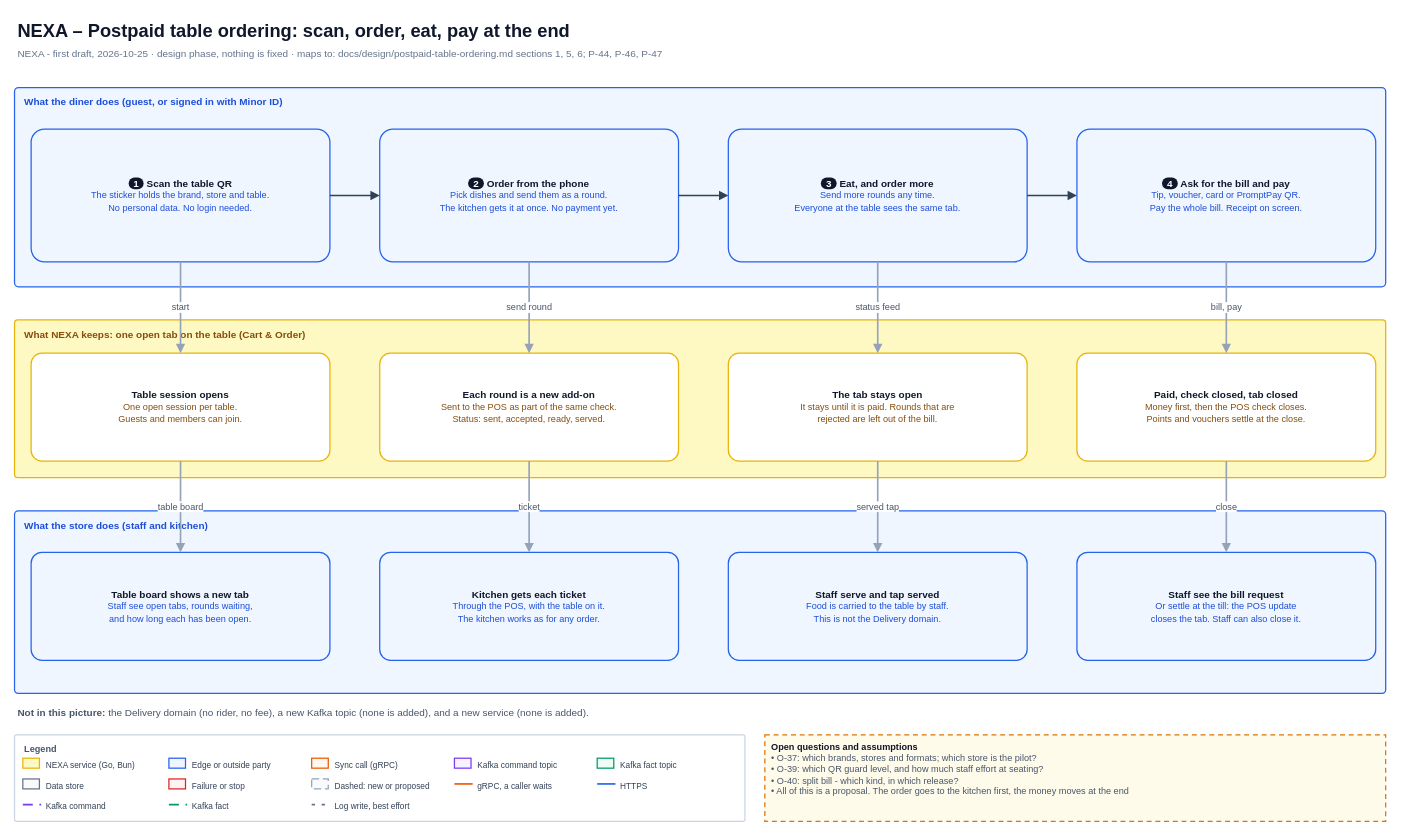
Earlier version of the draw.io diagram page "1 The idea at a glance" (1 of 6) of diagrams/13-postpaid-table-ordering.drawio (Leakageonthelamp/nexa-platform-achitecture). Source tidied: cells renumbered, new cells numbered last; positions are measured from the earlier drawing's top-left corner, leaving out a move shared by most shapes. Both pictures are drawn from the tidied source at 83%, with x=0, y=0 at pixel (14, 14).
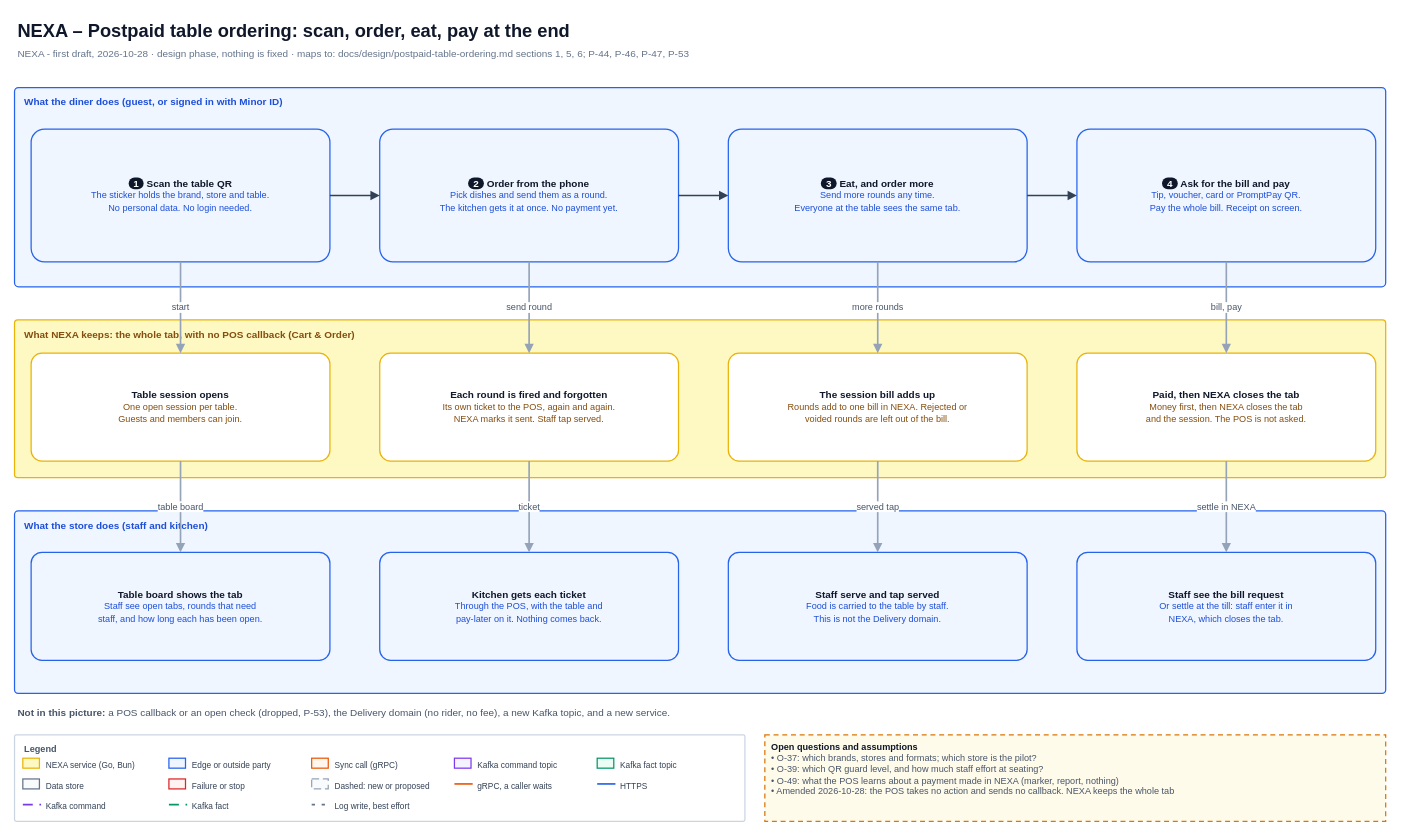
The same diagram, later.

Unchanged cells that the change refers to:
```xml
<mxCell id="34" value="&lt;b&gt;What the store does (staff and kitchen)&lt;/b&gt;" style="html=1;whiteSpace=wrap;fontFamily=Helvetica;rounded=1;arcSize=2;verticalAlign=top;align=left;spacingLeft=10;spacingTop=4;fontSize=12;fontStyle=1;fontColor=#1D4ED8;strokeColor=#2563EB;fillColor=#EFF6FF;strokeWidth=1.5;" parent="1" vertex="1">
  <mxGeometry y="598" width="1652" height="220" as="geometry" />
</mxCell>
<mxCell id="37" value="&lt;b style=&quot;background-color:#0F172A;color:#FFFFFF;border-radius:9px;padding:0px 6px;&quot;&gt;3&lt;/b&gt;&amp;nbsp;&lt;b&gt;Eat, and order more&lt;/b&gt;&lt;br&gt;&lt;font style=&quot;font-size:11px&quot; color=&quot;#1D4ED8&quot;&gt;Send more rounds any time.&lt;/font&gt;&lt;br&gt;&lt;font style=&quot;font-size:11px&quot; color=&quot;#1D4ED8&quot;&gt;Everyone at the table sees the same tab.&lt;/font&gt;" style="html=1;whiteSpace=wrap;fontFamily=Helvetica;rounded=1;arcSize=10;fontSize=12;fontColor=#0F172A;strokeColor=#2563EB;fillColor=#EFF6FF;strokeWidth=1.5;align=center;verticalAlign=middle;spacingLeft=6;spacingRight=6;spacingTop=2;spacingBottom=2;" parent="32" vertex="1">
  <mxGeometry x="860" y="50" width="360" height="160" as="geometry" />
</mxCell>
```

What changed in the source:
```diff
@@
-    <mxCell id="3" value="NEXA - first draft, 2026-10-25 &amp;#183; design phase, nothing is fixed &amp;#183; maps to: docs/design/postpaid-table-ordering.md sections 1, 5, 6; P-44, P-46, P-47" style="html=1;whiteSpace=wrap;fontFamily=Helvetica;text;strokeColor=none;fillColor=none;align=left;verticalAlign=top;fontSize=12;fontColor=#64748B;spacingLeft=2;spacingRight=2;spacingTop=0;spacingBottom=0;" parent="1" vertex="1">
+    <mxCell id="3" value="NEXA - first draft, 2026-10-28 &amp;#183; design phase, nothing is fixed &amp;#183; maps to: docs/design/postpaid-table-ordering.md sections 1, 5, 6; P-44, P-46, P-47, P-53" style="html=1;whiteSpace=wrap;fontFamily=Helvetica;text;strokeColor=none;fillColor=none;align=left;verticalAlign=top;fontSize=12;fontColor=#64748B;spacingLeft=2;spacingRight=2;spacingTop=0;spacingBottom=0;" parent="1" vertex="1">
       <mxGeometry y="34" width="1652" height="22" as="geometry" />
     </mxCell>
@@
-    <mxCell id="31" value="&lt;b&gt;Open questions and assumptions&lt;/b&gt;&lt;br&gt;&lt;font style=&quot;font-size:11px&quot; color=&quot;#475569&quot;&gt;&amp;#8226; O-37: which brands, stores and formats; which store is the pilot?&lt;br&gt;&amp;#8226; O-39: which QR guard level, and how much staff effort at seating?&lt;br&gt;&amp;#8226; O-40: split bill - which kind, in which release?&lt;br&gt;&amp;#8226; All of this is a proposal. The order goes to the kitchen first, the money moves at the end&lt;/font&gt;" style="html=1;whiteSpace=wrap;fontFamily=Helvetica;rounded=0;fontSize=11;fontColor=#0F172A;strokeColor=#CBD5E1;fillColor=#FFFFFF;strokeWidth=1.5;align=left;verticalAlign=top;spacingLeft=6;spacingRight=6;spacingTop=2;spacingBottom=2;dashed=1;dashPattern=4 3;fillColor=#FFFBEB;strokeColor=#D97706;" parent="1" vertex="1">
+    <mxCell id="31" value="&lt;b&gt;Open questions and assumptions&lt;/b&gt;&lt;br&gt;&lt;font style=&quot;font-size:11px&quot; color=&quot;#475569&quot;&gt;&amp;#8226; O-37: which brands, stores and formats; which store is the pilot?&lt;br&gt;&amp;#8226; O-39: which QR guard level, and how much staff effort at seating?&lt;br&gt;&amp;#8226; O-49: what the POS learns about a payment made in NEXA (marker, report, nothing)&lt;br&gt;&amp;#8226; Amended 2026-10-28: the POS takes no action and sends no callback. NEXA keeps the whole tab&lt;/font&gt;" style="html=1;whiteSpace=wrap;fontFamily=Helvetica;rounded=0;fontSize=11;fontColor=#0F172A;strokeColor=#CBD5E1;fillColor=#FFFFFF;strokeWidth=1.5;align=left;verticalAlign=top;spacingLeft=6;spacingRight=6;spacingTop=2;spacingBottom=2;dashed=1;dashPattern=4 3;fillColor=#FFFBEB;strokeColor=#D97706;" parent="1" vertex="1">
       <mxGeometry x="904" y="868" width="748" height="104" as="geometry" />
     </mxCell>
@@
-    <mxCell id="33" value="&lt;b&gt;What NEXA keeps: one open tab on the table (Cart &amp; Order)&lt;/b&gt;" style="html=1;whiteSpace=wrap;fontFamily=Helvetica;rounded=1;arcSize=2;verticalAlign=top;align=left;spacingLeft=10;spacingTop=4;fontSize=12;fontStyle=1;fontColor=#854D0E;strokeColor=#EAB308;fillColor=#FEF9C3;strokeWidth=1.5;" parent="1" vertex="1">
+    <mxCell id="33" value="&lt;b&gt;What NEXA keeps: the whole tab, with no POS callback (Cart &amp; Order)&lt;/b&gt;" style="html=1;whiteSpace=wrap;fontFamily=Helvetica;rounded=1;arcSize=2;verticalAlign=top;align=left;spacingLeft=10;spacingTop=4;fontSize=12;fontStyle=1;fontColor=#854D0E;strokeColor=#EAB308;fillColor=#FEF9C3;strokeWidth=1.5;" parent="1" vertex="1">
       <mxGeometry y="368" width="1652" height="190" as="geometry" />
     </mxCell>
@@
-    <mxCell id="40" value="&lt;b&gt;Each round is a new add-on&lt;/b&gt;&lt;br&gt;&lt;font style=&quot;font-size:11px&quot; color=&quot;#854D0E&quot;&gt;Sent to the POS as part of the same check.&lt;/font&gt;&lt;br&gt;&lt;font style=&quot;font-size:11px&quot; color=&quot;#854D0E&quot;&gt;Status: sent, accepted, ready, served.&lt;/font&gt;" style="html=1;whiteSpace=wrap;fontFamily=Helvetica;rounded=1;arcSize=10;fontSize=12;fontColor=#0F172A;strokeColor=#EAB308;fillColor=#FFFFFF;strokeWidth=1.5;align=center;verticalAlign=middle;spacingLeft=6;spacingRight=6;spacingTop=2;spacingBottom=2;" parent="33" vertex="1">
+    <mxCell id="40" value="&lt;b&gt;Each round is fired and forgotten&lt;/b&gt;&lt;br&gt;&lt;font style=&quot;font-size:11px&quot; color=&quot;#854D0E&quot;&gt;Its own ticket to the POS, again and again.&lt;/font&gt;&lt;br&gt;&lt;font style=&quot;font-size:11px&quot; color=&quot;#854D0E&quot;&gt;NEXA marks it sent. Staff tap served.&lt;/font&gt;" style="html=1;whiteSpace=wrap;fontFamily=Helvetica;rounded=1;arcSize=10;fontSize=12;fontColor=#0F172A;strokeColor=#EAB308;fillColor=#FFFFFF;strokeWidth=1.5;align=center;verticalAlign=middle;spacingLeft=6;spacingRight=6;spacingTop=2;spacingBottom=2;" parent="33" vertex="1">
       <mxGeometry x="440" y="40" width="360" height="130" as="geometry" />
     </mxCell>
-    <mxCell id="41" value="&lt;b&gt;The tab stays open&lt;/b&gt;&lt;br&gt;&lt;font style=&quot;font-size:11px&quot; color=&quot;#854D0E&quot;&gt;It stays until it is paid. Rounds that are&lt;/font&gt;&lt;br&gt;&lt;font style=&quot;font-size:11px&quot; color=&quot;#854D0E&quot;&gt;rejected are left out of the bill.&lt;/font&gt;" style="html=1;whiteSpace=wrap;fontFamily=Helvetica;rounded=1;arcSize=10;fontSize=12;fontColor=#0F172A;strokeColor=#EAB308;fillColor=#FFFFFF;strokeWidth=1.5;align=center;verticalAlign=middle;spacingLeft=6;spacingRight=6;spacingTop=2;spacingBottom=2;" parent="33" vertex="1">
+    <mxCell id="41" value="&lt;b&gt;The session bill adds up&lt;/b&gt;&lt;br&gt;&lt;font style=&quot;font-size:11px&quot; color=&quot;#854D0E&quot;&gt;Rounds add to one bill in NEXA. Rejected or&lt;/font&gt;&lt;br&gt;&lt;font style=&quot;font-size:11px&quot; color=&quot;#854D0E&quot;&gt;voided rounds are left out of the bill.&lt;/font&gt;" style="html=1;whiteSpace=wrap;fontFamily=Helvetica;rounded=1;arcSize=10;fontSize=12;fontColor=#0F172A;strokeColor=#EAB308;fillColor=#FFFFFF;strokeWidth=1.5;align=center;verticalAlign=middle;spacingLeft=6;spacingRight=6;spacingTop=2;spacingBottom=2;" parent="33" vertex="1">
       <mxGeometry x="860" y="40" width="360" height="130" as="geometry" />
     </mxCell>
-    <mxCell id="42" value="&lt;b&gt;Paid, check closed, tab closed&lt;/b&gt;&lt;br&gt;&lt;font style=&quot;font-size:11px&quot; color=&quot;#854D0E&quot;&gt;Money first, then the POS check closes.&lt;/font&gt;&lt;br&gt;&lt;font style=&quot;font-size:11px&quot; color=&quot;#854D0E&quot;&gt;Points and vouchers settle at the close.&lt;/font&gt;" style="html=1;whiteSpace=wrap;fontFamily=Helvetica;rounded=1;arcSize=10;fontSize=12;fontColor=#0F172A;strokeColor=#EAB308;fillColor=#FFFFFF;strokeWidth=1.5;align=center;verticalAlign=middle;spacingLeft=6;spacingRight=6;spacingTop=2;spacingBottom=2;" parent="33" vertex="1">
+    <mxCell id="42" value="&lt;b&gt;Paid, then NEXA closes the tab&lt;/b&gt;&lt;br&gt;&lt;font style=&quot;font-size:11px&quot; color=&quot;#854D0E&quot;&gt;Money first, then NEXA closes the tab&lt;/font&gt;&lt;br&gt;&lt;font style=&quot;font-size:11px&quot; color=&quot;#854D0E&quot;&gt;and the session. The POS is not asked.&lt;/font&gt;" style="html=1;whiteSpace=wrap;fontFamily=Helvetica;rounded=1;arcSize=10;fontSize=12;fontColor=#0F172A;strokeColor=#EAB308;fillColor=#FFFFFF;strokeWidth=1.5;align=center;verticalAlign=middle;spacingLeft=6;spacingRight=6;spacingTop=2;spacingBottom=2;" parent="33" vertex="1">
       <mxGeometry x="1280" y="40" width="360" height="130" as="geometry" />
     </mxCell>
-    <mxCell id="43" value="&lt;b&gt;Table board shows a new tab&lt;/b&gt;&lt;br&gt;&lt;font style=&quot;font-size:11px&quot; color=&quot;#1D4ED8&quot;&gt;Staff see open tabs, rounds waiting,&lt;/font&gt;&lt;br&gt;&lt;font style=&quot;font-size:11px&quot; color=&quot;#1D4ED8&quot;&gt;and how long each has been open.&lt;/font&gt;" style="html=1;whiteSpace=wrap;fontFamily=Helvetica;rounded=1;arcSize=10;fontSize=12;fontColor=#0F172A;strokeColor=#2563EB;fillColor=#EFF6FF;strokeWidth=1.5;align=center;verticalAlign=middle;spacingLeft=6;spacingRight=6;spacingTop=2;spacingBottom=2;" parent="34" vertex="1">
+    <mxCell id="43" value="&lt;b&gt;Table board shows the tab&lt;/b&gt;&lt;br&gt;&lt;font style=&quot;font-size:11px&quot; color=&quot;#1D4ED8&quot;&gt;Staff see open tabs, rounds that need&lt;/font&gt;&lt;br&gt;&lt;font style=&quot;font-size:11px&quot; color=&quot;#1D4ED8&quot;&gt;staff, and how long each has been open.&lt;/font&gt;" style="html=1;whiteSpace=wrap;fontFamily=Helvetica;rounded=1;arcSize=10;fontSize=12;fontColor=#0F172A;strokeColor=#2563EB;fillColor=#EFF6FF;strokeWidth=1.5;align=center;verticalAlign=middle;spacingLeft=6;spacingRight=6;spacingTop=2;spacingBottom=2;" parent="34" vertex="1">
       <mxGeometry x="20" y="50" width="360" height="130" as="geometry" />
     </mxCell>
-    <mxCell id="44" value="&lt;b&gt;Kitchen gets each ticket&lt;/b&gt;&lt;br&gt;&lt;font style=&quot;font-size:11px&quot; color=&quot;#1D4ED8&quot;&gt;Through the POS, with the table on it.&lt;/font&gt;&lt;br&gt;&lt;font style=&quot;font-size:11px&quot; color=&quot;#1D4ED8&quot;&gt;The kitchen works as for any order.&lt;/font&gt;" style="html=1;whiteSpace=wrap;fontFamily=Helvetica;rounded=1;arcSize=10;fontSize=12;fontColor=#0F172A;strokeColor=#2563EB;fillColor=#EFF6FF;strokeWidth=1.5;align=center;verticalAlign=middle;spacingLeft=6;spacingRight=6;spacingTop=2;spacingBottom=2;" parent="34" vertex="1">
+    <mxCell id="44" value="&lt;b&gt;Kitchen gets each ticket&lt;/b&gt;&lt;br&gt;&lt;font style=&quot;font-size:11px&quot; color=&quot;#1D4ED8&quot;&gt;Through the POS, with the table and&lt;/font&gt;&lt;br&gt;&lt;font style=&quot;font-size:11px&quot; color=&quot;#1D4ED8&quot;&gt;pay-later on it. Nothing comes back.&lt;/font&gt;" style="html=1;whiteSpace=wrap;fontFamily=Helvetica;rounded=1;arcSize=10;fontSize=12;fontColor=#0F172A;strokeColor=#2563EB;fillColor=#EFF6FF;strokeWidth=1.5;align=center;verticalAlign=middle;spacingLeft=6;spacingRight=6;spacingTop=2;spacingBottom=2;" parent="34" vertex="1">
       <mxGeometry x="440" y="50" width="360" height="130" as="geometry" />
     </mxCell>
@@
-    <mxCell id="46" value="&lt;b&gt;Staff see the bill request&lt;/b&gt;&lt;br&gt;&lt;font style=&quot;font-size:11px&quot; color=&quot;#1D4ED8&quot;&gt;Or settle at the till: the POS update&lt;/font&gt;&lt;br&gt;&lt;font style=&quot;font-size:11px&quot; color=&quot;#1D4ED8&quot;&gt;closes the tab. Staff can also close it.&lt;/font&gt;" style="html=1;whiteSpace=wrap;fontFamily=Helvetica;rounded=1;arcSize=10;fontSize=12;fontColor=#0F172A;strokeColor=#2563EB;fillColor=#EFF6FF;strokeWidth=1.5;align=center;verticalAlign=middle;spacingLeft=6;spacingRight=6;spacingTop=2;spacingBottom=2;" parent="34" vertex="1">
+    <mxCell id="46" value="&lt;b&gt;Staff see the bill request&lt;/b&gt;&lt;br&gt;&lt;font style=&quot;font-size:11px&quot; color=&quot;#1D4ED8&quot;&gt;Or settle at the till: staff enter it in&lt;/font&gt;&lt;br&gt;&lt;font style=&quot;font-size:11px&quot; color=&quot;#1D4ED8&quot;&gt;NEXA, which closes the tab.&lt;/font&gt;" style="html=1;whiteSpace=wrap;fontFamily=Helvetica;rounded=1;arcSize=10;fontSize=12;fontColor=#0F172A;strokeColor=#2563EB;fillColor=#EFF6FF;strokeWidth=1.5;align=center;verticalAlign=middle;spacingLeft=6;spacingRight=6;spacingTop=2;spacingBottom=2;" parent="34" vertex="1">
       <mxGeometry x="1280" y="50" width="360" height="130" as="geometry" />
     </mxCell>
@@
-    <mxCell id="51" value="status feed" style="edgeStyle=orthogonalEdgeStyle;rounded=0;html=1;fontFamily=Helvetica;fontSize=11;fontColor=#475569;strokeColor=#94A3B8;strokeWidth=2;endArrow=block;endFill=1;endSize=6;labelBackgroundColor=#FFFFFF;exitX=0.5000;exitY=1.0000;exitDx=0;exitDy=0;entryX=0.5000;entryY=0.0000;entryDx=0;entryDy=0;jettySize=auto;" parent="1" edge="1" source="37" target="41">
+    <mxCell id="51" value="more rounds" style="edgeStyle=orthogonalEdgeStyle;rounded=0;html=1;fontFamily=Helvetica;fontSize=11;fontColor=#475569;strokeColor=#94A3B8;strokeWidth=2;endArrow=block;endFill=1;endSize=6;labelBackgroundColor=#FFFFFF;exitX=0.5000;exitY=1.0000;exitDx=0;exitDy=0;entryX=0.5000;entryY=0.0000;entryDx=0;entryDy=0;jettySize=auto;" parent="1" edge="1" source="37" target="41">
       <mxGeometry relative="1" as="geometry" />
     </mxCell>
@@
-    <mxCell id="54" value="close" style="edgeStyle=orthogonalEdgeStyle;rounded=0;html=1;fontFamily=Helvetica;fontSize=11;fontColor=#475569;strokeColor=#94A3B8;strokeWidth=2;endArrow=block;endFill=1;endSize=6;labelBackgroundColor=#FFFFFF;exitX=0.5000;exitY=1.0000;exitDx=0;exitDy=0;entryX=0.5000;entryY=0.0000;entryDx=0;entryDy=0;jettySize=auto;" parent="1" edge="1" source="42" target="46">
+    <mxCell id="54" value="settle in NEXA" style="edgeStyle=orthogonalEdgeStyle;rounded=0;html=1;fontFamily=Helvetica;fontSize=11;fontColor=#475569;strokeColor=#94A3B8;strokeWidth=2;endArrow=block;endFill=1;endSize=6;labelBackgroundColor=#FFFFFF;exitX=0.5000;exitY=1.0000;exitDx=0;exitDy=0;entryX=0.5000;entryY=0.0000;entryDx=0;entryDy=0;jettySize=auto;" parent="1" edge="1" source="42" target="46">
       <mxGeometry relative="1" as="geometry" />
     </mxCell>
@@
-    <mxCell id="58" value="&lt;b&gt;Not in this picture:&lt;/b&gt; the Delivery domain (no rider, no fee), a new Kafka topic (none is added), and a new service (none is added)." style="html=1;whiteSpace=wrap;fontFamily=Helvetica;text;strokeColor=none;fillColor=none;align=left;verticalAlign=top;fontSize=12;fontColor=#475569;spacingLeft=2;spacingRight=2;spacingTop=0;spacingBottom=0;" parent="1" vertex="1">
+    <mxCell id="58" value="&lt;b&gt;Not in this picture:&lt;/b&gt; a POS callback or an open check (dropped, P-53), the Delivery domain (no rider, no fee), a new Kafka topic, and a new service." style="html=1;whiteSpace=wrap;fontFamily=Helvetica;text;strokeColor=none;fillColor=none;align=left;verticalAlign=top;fontSize=12;fontColor=#475569;spacingLeft=2;spacingRight=2;spacingTop=0;spacingBottom=0;" parent="1" vertex="1">
       <mxGeometry y="828" width="1652" height="24" as="geometry" />
     </mxCell>
```
